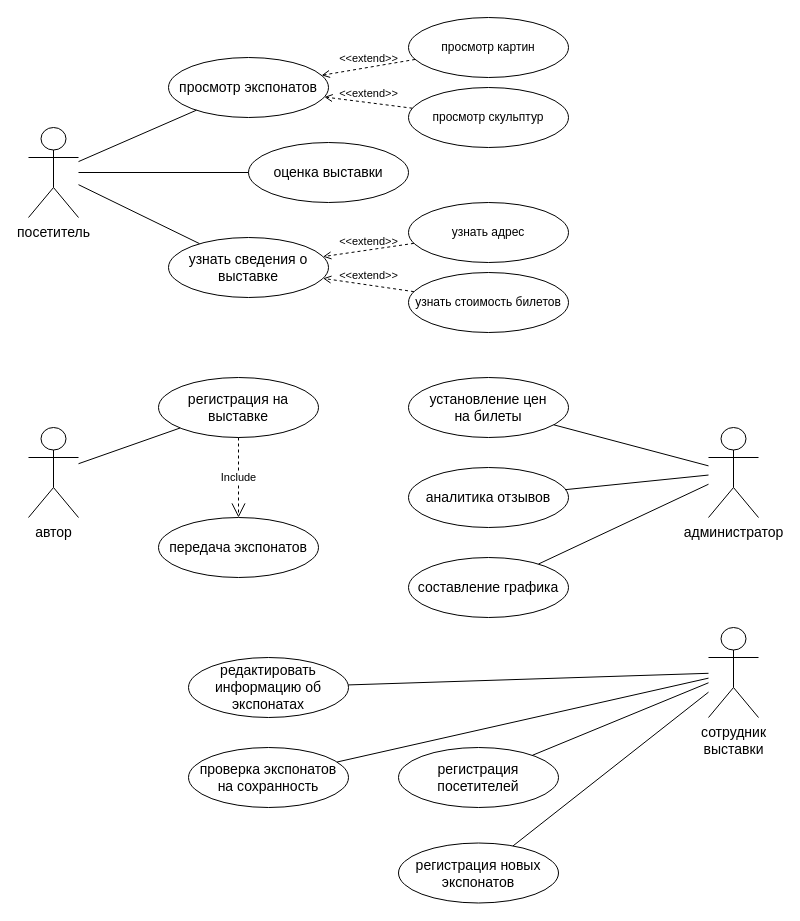
Earlier version of the draw.io diagram Diagrams/use-case.drawio (OlgaMats/-). Source tidied: cells renumbered, new cells numbered last; positions are measured from the earlier drawing's top-left corner, leaving out a move shared by most shapes. Both pictures are drawn from the tidied source at 100%, with x=0, y=0 at pixel (28, 17).
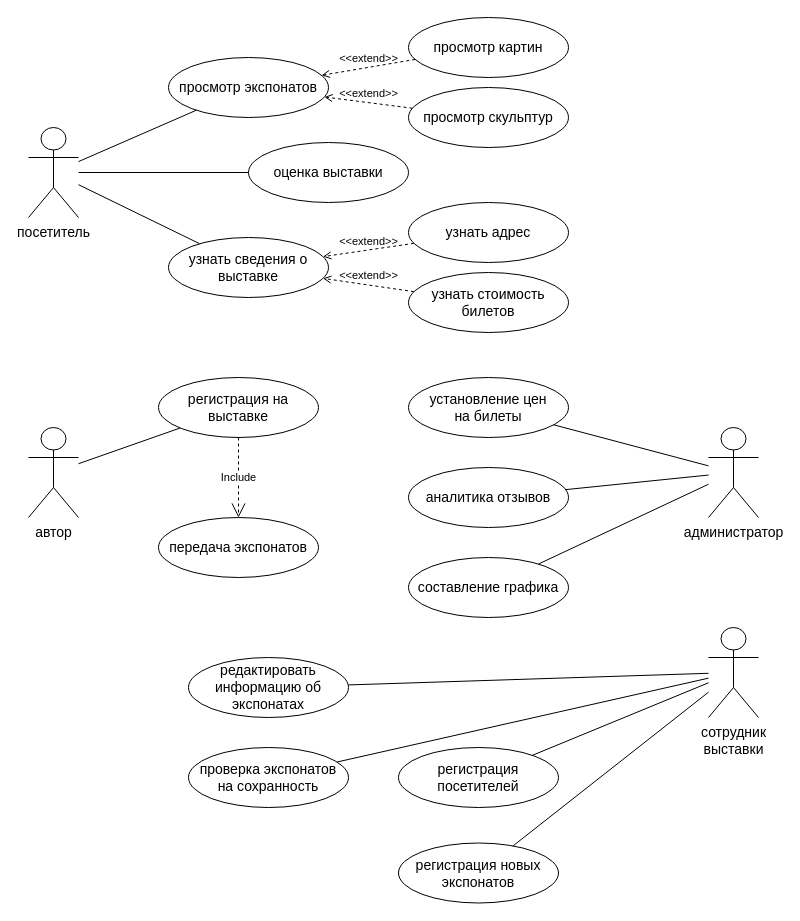
The same page after the edit.

Change to the diagram source:
```diff
@@
-    <mxCell id="30" value="просмотр картин" style="ellipse;whiteSpace=wrap;html=1;" parent="1" vertex="1">
+    <mxCell id="30" value="&lt;font style=&quot;font-size: 14px&quot;&gt;просмотр картин&lt;/font&gt;" style="ellipse;whiteSpace=wrap;html=1;" parent="1" vertex="1">
       <mxGeometry x="380" width="160" height="60" as="geometry" />
     </mxCell>
-    <mxCell id="31" value="просмотр скульптур" style="ellipse;whiteSpace=wrap;html=1;" parent="1" vertex="1">
+    <mxCell id="31" value="&lt;font style=&quot;font-size: 14px&quot;&gt;просмотр скульптур&lt;/font&gt;" style="ellipse;whiteSpace=wrap;html=1;" parent="1" vertex="1">
       <mxGeometry x="380" y="70" width="160" height="60" as="geometry" />
     </mxCell>
@@
-    <mxCell id="34" value="узнать адрес" style="ellipse;whiteSpace=wrap;html=1;" parent="1" vertex="1">
+    <mxCell id="34" value="&lt;font style=&quot;font-size: 14px&quot;&gt;узнать адрес&lt;/font&gt;" style="ellipse;whiteSpace=wrap;html=1;" parent="1" vertex="1">
       <mxGeometry x="380" y="185" width="160" height="60" as="geometry" />
     </mxCell>
-    <mxCell id="35" value="узнать стоимость билетов" style="ellipse;whiteSpace=wrap;html=1;" parent="1" vertex="1">
+    <mxCell id="35" value="&lt;font style=&quot;font-size: 14px&quot;&gt;узнать стоимость билетов&lt;/font&gt;" style="ellipse;whiteSpace=wrap;html=1;" parent="1" vertex="1">
       <mxGeometry x="380" y="255" width="160" height="60" as="geometry" />
     </mxCell>
```
